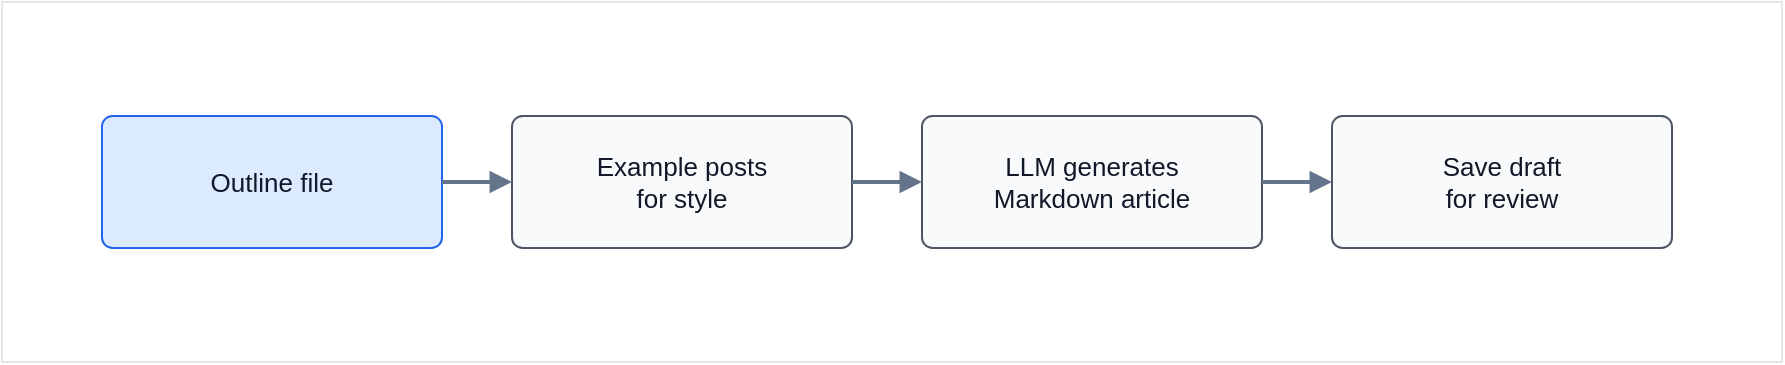
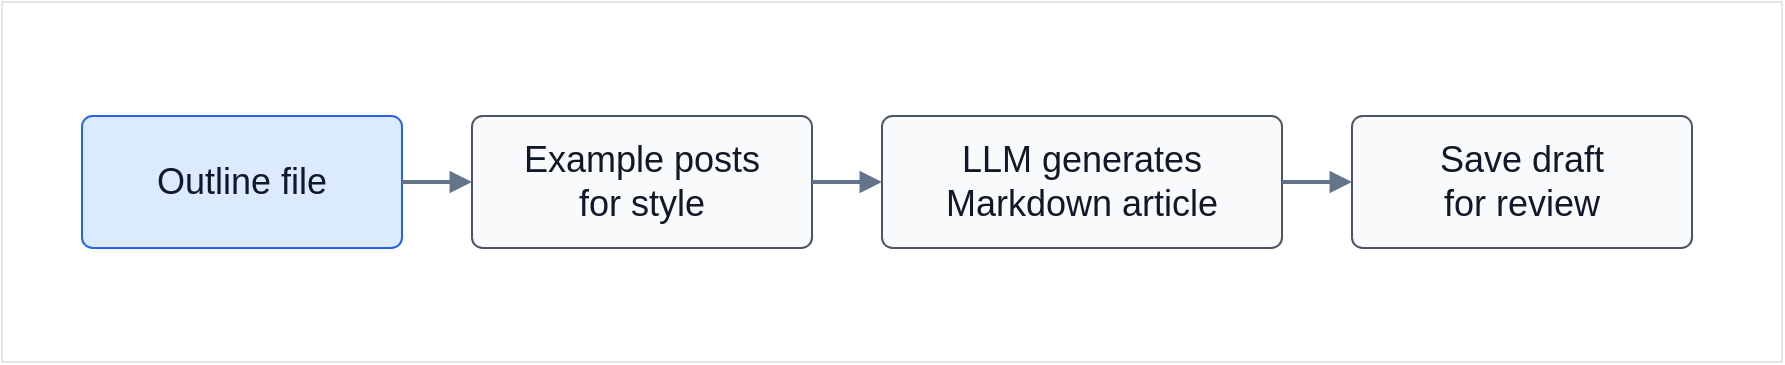
<mxfile host="Electron" agent="Mozilla/5.0 (Windows NT 10.0; Win64; x64) AppleWebKit/537.36 (KHTML, like Gecko) draw.io/29.5.2 Chrome/142.0.7444.265 Electron/39.6.1 Safari/537.36" version="29.5.2">
  <diagram id="ai-blog-post-generator" name="AI Blog Post Generator">
    <mxGraphModel dx="2429" dy="766" grid="1" gridSize="10" guides="1" tooltips="1" connect="1" arrows="1" fold="1" page="1" pageScale="1" pageWidth="1120" pageHeight="520" math="0" shadow="0">
      <root>
        <mxCell id="0" />
        <mxCell id="1" parent="0" />
        <mxCell id="JD-y_ZkbYowErJYyTWSM-1" parent="1" style="rounded=0;whiteSpace=wrap;html=1;strokeColor=#E6E6E6;" value="" vertex="1">
-           <mxGeometry height="180" width="890" x="-10" y="123" as="geometry" />
+           <mxGeometry height="180" width="890" x="-20" y="123" as="geometry" />
        </mxCell>
-         <mxCell id="id2" parent="1" style="rounded=1;whiteSpace=wrap;html=1;arcSize=8;strokeColor=#2563eb;fillColor=#dbeafe;fontColor=#111827;fontSize=13;spacing=10;" value="Outline file" vertex="1">
-           <mxGeometry height="66" width="170" x="40" y="180" as="geometry" />
+         <mxCell id="id2" parent="1" style="rounded=1;whiteSpace=wrap;html=1;arcSize=8;strokeColor=#2563eb;fillColor=#dbeafe;fontColor=#111827;fontSize=18;spacing=10;" value="Outline file" vertex="1">
+           <mxGeometry height="66" width="160" x="20" y="180" as="geometry" />
        </mxCell>
-         <mxCell id="id3" parent="1" style="rounded=1;whiteSpace=wrap;html=1;arcSize=8;strokeColor=#4b5563;fillColor=#f8fafc;fontColor=#111827;fontSize=13;spacing=10;" value="Example posts&lt;br&gt;for style" vertex="1">
-           <mxGeometry height="66" width="170" x="245" y="180" as="geometry" />
+         <mxCell id="id3" parent="1" style="rounded=1;whiteSpace=wrap;html=1;arcSize=8;strokeColor=#4b5563;fillColor=#f8fafc;fontColor=#111827;fontSize=18;spacing=10;" value="Example posts&lt;br&gt;for style" vertex="1">
+           <mxGeometry height="66" width="170" x="215" y="180" as="geometry" />
        </mxCell>
-         <mxCell id="id5" parent="1" style="rounded=1;whiteSpace=wrap;html=1;arcSize=8;strokeColor=#4b5563;fillColor=#f8fafc;fontColor=#111827;fontSize=13;spacing=10;" value="LLM generates&lt;br&gt;Markdown article" vertex="1">
-           <mxGeometry height="66" width="170" x="450" y="180" as="geometry" />
+         <mxCell id="id5" parent="1" style="rounded=1;whiteSpace=wrap;html=1;arcSize=8;strokeColor=#4b5563;fillColor=#f8fafc;fontColor=#111827;fontSize=18;spacing=10;" value="LLM generates&lt;br&gt;Markdown article" vertex="1">
+           <mxGeometry height="66" width="200" x="420" y="180" as="geometry" />
        </mxCell>
-         <mxCell id="id6" parent="1" style="rounded=1;whiteSpace=wrap;html=1;arcSize=8;strokeColor=#4b5563;fillColor=#f8fafc;fontColor=#111827;fontSize=13;spacing=10;" value="Save draft&lt;br&gt;for review" vertex="1">
+         <mxCell id="id6" parent="1" style="rounded=1;whiteSpace=wrap;html=1;arcSize=8;strokeColor=#4b5563;fillColor=#f8fafc;fontColor=#111827;fontSize=18;spacing=10;" value="Save draft&lt;br&gt;for review" vertex="1">
          <mxGeometry height="66" width="170" x="655" y="180" as="geometry" />
        </mxCell>
        <mxCell id="id7" edge="1" parent="1" source="id2" style="endArrow=block;html=1;rounded=0;strokeWidth=2;strokeColor=#64748b;fontColor=#475569;fontSize=11;" target="id3" value="">
          <mxGeometry relative="1" as="geometry" />
        </mxCell>
        <mxCell id="id8" edge="1" parent="1" source="id3" style="endArrow=block;html=1;rounded=0;strokeWidth=2;strokeColor=#64748b;fontColor=#475569;fontSize=11;" value="">
          <mxGeometry relative="1" as="geometry">
-             <mxPoint x="450" y="213" as="targetPoint" />
+             <mxPoint x="420" y="213" as="targetPoint" />
          </mxGeometry>
        </mxCell>
        <mxCell id="id10" edge="1" parent="1" source="id5" style="endArrow=block;html=1;rounded=0;strokeWidth=2;strokeColor=#64748b;fontColor=#475569;fontSize=11;" target="id6" value="">
          <mxGeometry relative="1" as="geometry" />
        </mxCell>
      </root>
    </mxGraphModel>
  </diagram>
</mxfile>
